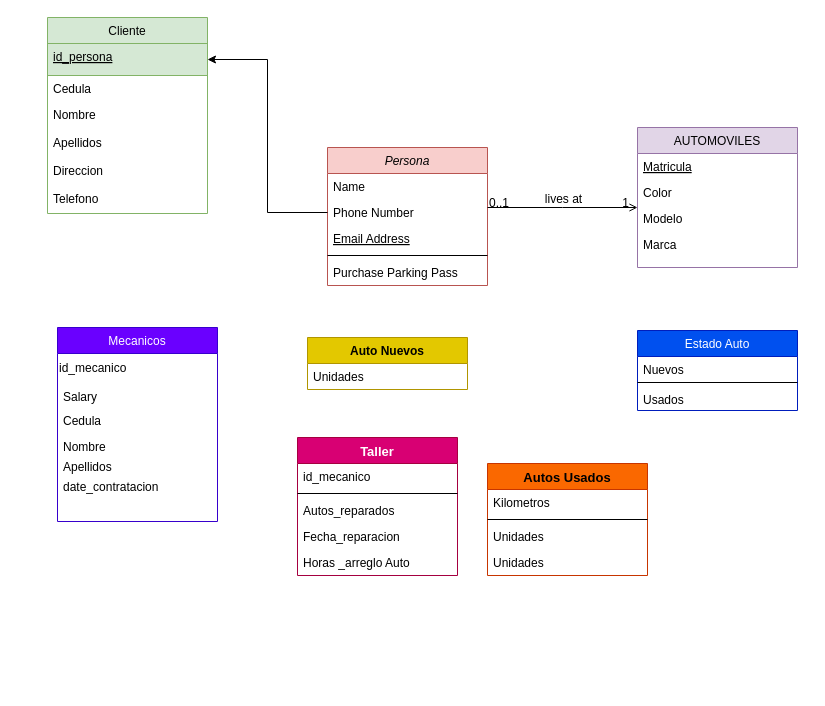
Mateozzzz/Flowcharts-sena- keeps this draw.io diagram as Untitled Diagram.drawio. Above is the earlier version. Source tidied: cells renumbered, new cells numbered last; positions are measured from the earlier drawing's top-left corner, leaving out a move shared by most shapes. Both pictures are drawn from the tidied source at 100%, with x=0, y=0 at pixel (47, 17).
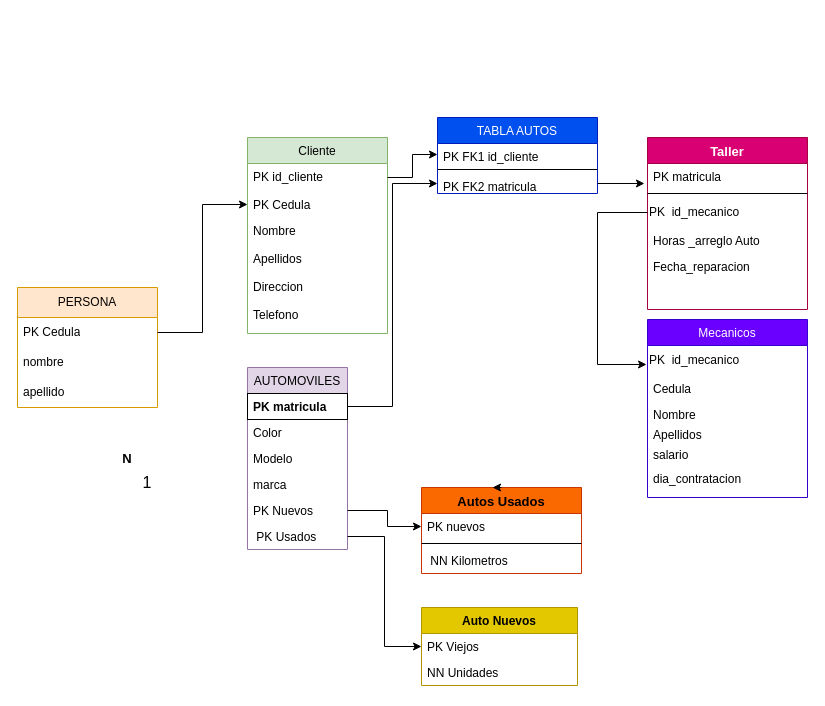
Above is the later version.

The edit, as a diff of the source:
```diff
@@
-    <mxCell id="2" value="Persona " style="swimlane;fontStyle=2;align=center;verticalAlign=top;horizontal=1;startSize=26;rounded=0;shadow=0;strokeWidth=1;fillColor=#f8cecc;strokeColor=#b85450;" parent="1" vertex="1">
-      <mxGeometry x="280" y="130" width="160" height="138" as="geometry" />
-    </mxCell>
-    <mxCell id="3" value="Name" style="text;align=left;verticalAlign=top;spacingLeft=4;spacingRight=4;overflow=hidden;" parent="2" vertex="1">
-      <mxGeometry y="26" width="160" height="26" as="geometry" />
-    </mxCell>
-    <mxCell id="4" value="Phone Number" style="text;align=left;verticalAlign=top;spacingLeft=4;spacingRight=4;overflow=hidden;points=[[0,0.5],[1,0.5]];portConstraint=eastwest;rounded=0;shadow=0;html=0;" parent="2" vertex="1">
-      <mxGeometry y="52" width="160" height="26" as="geometry" />
-    </mxCell>
-    <mxCell id="5" value="Email Address" style="text;align=left;verticalAlign=top;spacingLeft=4;spacingRight=4;overflow=hidden;rounded=0;shadow=0;html=0;fontStyle=4;" parent="2" vertex="1">
-      <mxGeometry y="78" width="160" height="26" as="geometry" />
-    </mxCell>
-    <mxCell id="6" style="line;html=1;strokeWidth=1;align=left;verticalAlign=middle;spacingTop=-1;spacingLeft=3;spacingRight=3;labelPosition=right;" parent="2" vertex="1">
-      <mxGeometry y="104" width="160" height="8" as="geometry" />
-    </mxCell>
-    <mxCell id="7" value="Purchase Parking Pass" style="text;align=left;verticalAlign=top;spacingLeft=4;spacingRight=4;overflow=hidden;" parent="2" vertex="1">
-      <mxGeometry y="112" width="160" height="26" as="geometry" />
-    </mxCell>
     <mxCell id="8" value="Cliente" style="swimlane;fontStyle=0;align=center;verticalAlign=top;horizontal=1;startSize=26;rounded=0;shadow=0;strokeWidth=1;fillColor=#d5e8d4;strokeColor=#82b366;" parent="1" vertex="1">
-      <mxGeometry width="160" height="196" as="geometry" />
+      <mxGeometry x="200" y="120" width="140" height="196" as="geometry" />
     </mxCell>
-    <mxCell id="9" value="id_persona" style="text;align=left;verticalAlign=top;spacingLeft=4;spacingRight=4;overflow=hidden;points=[[0,0.5],[1,0.5]];portConstraint=eastwest;fontStyle=4;fillColor=#d5e8d4;strokeColor=#82b366;" parent="8" vertex="1">
-      <mxGeometry y="26" width="160" height="32" as="geometry" />
-    </mxCell>
+    <mxCell id="49" value="PK id_cliente" style="text;align=left;verticalAlign=top;spacingLeft=4;spacingRight=4;overflow=hidden;points=[[0,0.5],[1,0.5]];portConstraint=eastwest;rounded=0;shadow=0;html=0;" parent="8" vertex="1">
+      <mxGeometry y="26" width="140" height="28" as="geometry" />
+    </mxCell>
-    <mxCell id="10" value="Cedula" style="text;align=left;verticalAlign=top;spacingLeft=4;spacingRight=4;overflow=hidden;points=[[0,0.5],[1,0.5]];portConstraint=eastwest;fontStyle=0;" parent="8" vertex="1">
-      <mxGeometry y="58" width="160" height="26" as="geometry" />
+    <mxCell id="10" value="PK Cedula" style="text;align=left;verticalAlign=top;spacingLeft=4;spacingRight=4;overflow=hidden;points=[[0,0.5],[1,0.5]];portConstraint=eastwest;fontStyle=0;" parent="8" vertex="1">
+      <mxGeometry y="54" width="140" height="26" as="geometry" />
     </mxCell>
     <mxCell id="11" value="Nombre" style="text;align=left;verticalAlign=top;spacingLeft=4;spacingRight=4;overflow=hidden;rounded=0;shadow=0;html=0;" parent="8" vertex="1">
-      <mxGeometry y="84" width="160" height="28" as="geometry" />
+      <mxGeometry y="80" width="140" height="28" as="geometry" />
     </mxCell>
     <mxCell id="12" value="Apellidos" style="text;align=left;verticalAlign=top;spacingLeft=4;spacingRight=4;overflow=hidden;rounded=0;shadow=0;html=0;" parent="8" vertex="1">
-      <mxGeometry y="112" width="160" height="28" as="geometry" />
+      <mxGeometry y="108" width="140" height="28" as="geometry" />
     </mxCell>
     <mxCell id="13" value="Direccion" style="text;align=left;verticalAlign=top;spacingLeft=4;spacingRight=4;overflow=hidden;rounded=0;shadow=0;html=0;" parent="8" vertex="1">
-      <mxGeometry y="140" width="160" height="28" as="geometry" />
+      <mxGeometry y="136" width="140" height="28" as="geometry" />
     </mxCell>
     <mxCell id="14" value="Telefono" style="text;align=left;verticalAlign=top;spacingLeft=4;spacingRight=4;overflow=hidden;rounded=0;shadow=0;html=0;" parent="8" vertex="1">
-      <mxGeometry y="168" width="160" height="28" as="geometry" />
+      <mxGeometry y="164" width="140" height="28" as="geometry" />
     </mxCell>
     <mxCell id="15" value="Mecanicos " style="swimlane;fontStyle=0;align=center;verticalAlign=top;horizontal=1;startSize=26;rounded=0;shadow=0;strokeWidth=1;fillColor=#6a00ff;fontColor=#ffffff;strokeColor=#3700CC;" parent="1" vertex="1">
-      <mxGeometry x="10" y="310" width="160" height="194" as="geometry" />
+      <mxGeometry x="600" y="302" width="160" height="178" as="geometry" />
     </mxCell>
-    <mxCell id="16" value="&lt;div align=&quot;left&quot;&gt;id_mecanico&lt;/div&gt;" style="text;html=1;align=left;verticalAlign=middle;points=[];strokeColor=none;fillColor=none;" parent="15" vertex="1">
-      <mxGeometry y="26" width="160" height="30" as="geometry" />
-    </mxCell>
-    <mxCell id="17" value="Salary" style="text;align=left;verticalAlign=top;spacingLeft=4;spacingRight=4;overflow=hidden;" parent="15" vertex="1">
-      <mxGeometry y="56" width="160" height="24" as="geometry" />
-    </mxCell>
+    <mxCell id="50" value="&lt;div align=&quot;left&quot;&gt;PK &lt;span style=&quot;white-space: pre;&quot;&gt; &lt;/span&gt;id_mecanico&lt;/div&gt;" style="text;html=1;align=left;verticalAlign=middle;points=[];fontStyle=0;" parent="15" vertex="1">
+      <mxGeometry y="26" width="160" height="30" as="geometry" />
+    </mxCell>
     <mxCell id="18" value="Cedula " style="text;align=left;verticalAlign=top;spacingLeft=4;spacingRight=4;overflow=hidden;" parent="15" vertex="1">
-      <mxGeometry y="80" width="160" height="26" as="geometry" />
+      <mxGeometry y="56" width="160" height="26" as="geometry" />
     </mxCell>
     <mxCell id="19" value="Nombre" style="text;align=left;verticalAlign=top;spacingLeft=4;spacingRight=4;overflow=hidden;" parent="15" vertex="1">
-      <mxGeometry y="106" width="160" height="20" as="geometry" />
+      <mxGeometry y="82" width="160" height="20" as="geometry" />
     </mxCell>
     <mxCell id="20" value="Apellidos" style="text;align=left;verticalAlign=top;spacingLeft=4;spacingRight=4;overflow=hidden;" parent="15" vertex="1">
-      <mxGeometry y="126" width="160" height="20" as="geometry" />
+      <mxGeometry y="102" width="160" height="20" as="geometry" />
     </mxCell>
-    <mxCell id="21" value="date_contratacion" style="text;align=left;verticalAlign=top;spacingLeft=4;spacingRight=4;overflow=hidden;" parent="15" vertex="1">
-      <mxGeometry y="146" width="160" height="48" as="geometry" />
-    </mxCell>
+    <mxCell id="17" value="salario" style="text;align=left;verticalAlign=top;spacingLeft=4;spacingRight=4;overflow=hidden;" parent="15" vertex="1">
+      <mxGeometry y="122" width="160" height="24" as="geometry" />
+    </mxCell>
+    <mxCell id="51" value="dia_contratacion" style="text;align=left;verticalAlign=top;spacingLeft=4;spacingRight=4;overflow=hidden;" parent="15" vertex="1">
+      <mxGeometry y="146" width="160" height="32" as="geometry" />
+    </mxCell>
     <mxCell id="22" value="AUTOMOVILES" style="swimlane;fontStyle=0;align=center;verticalAlign=top;horizontal=1;startSize=26;rounded=0;shadow=0;strokeWidth=1;fillColor=#e1d5e7;strokeColor=#9673a6;" parent="1" vertex="1">
-      <mxGeometry x="590" y="110" width="160" height="140" as="geometry" />
+      <mxGeometry x="200" y="350" width="100" height="182" as="geometry" />
     </mxCell>
-    <mxCell id="23" value="Matricula" style="text;align=left;verticalAlign=top;spacingLeft=4;spacingRight=4;overflow=hidden;fontStyle=4;" parent="22" vertex="1">
-      <mxGeometry y="26" width="160" height="26" as="geometry" />
-    </mxCell>
+    <mxCell id="26" value="PK matricula" style="text;align=left;verticalAlign=middle;spacingLeft=4;spacingRight=4;overflow=hidden;points=[[0,0.5],[1,0.5]];portConstraint=eastwest;rounded=0;shadow=0;html=0;strokeColor=default;fontStyle=1;" parent="22" vertex="1">
+      <mxGeometry y="26" width="100" height="26" as="geometry" />
+    </mxCell>
     <mxCell id="24" value="Color" style="text;align=left;verticalAlign=top;spacingLeft=4;spacingRight=4;overflow=hidden;rounded=0;shadow=0;html=0;" parent="22" vertex="1">
-      <mxGeometry y="52" width="160" height="26" as="geometry" />
+      <mxGeometry y="52" width="100" height="26" as="geometry" />
     </mxCell>
     <mxCell id="25" value="Modelo" style="text;align=left;verticalAlign=top;spacingLeft=4;spacingRight=4;overflow=hidden;rounded=0;shadow=0;html=0;" parent="22" vertex="1">
-      <mxGeometry y="78" width="160" height="26" as="geometry" />
+      <mxGeometry y="78" width="100" height="26" as="geometry" />
     </mxCell>
-    <mxCell id="26" value="Marca" style="text;align=left;verticalAlign=top;spacingLeft=4;spacingRight=4;overflow=hidden;points=[[0,0.5],[1,0.5]];portConstraint=eastwest;rounded=0;shadow=0;html=0;" parent="22" vertex="1">
-      <mxGeometry y="104" width="160" height="26" as="geometry" />
-    </mxCell>
-    <mxCell id="27" style="endArrow=open;shadow=0;strokeWidth=1;rounded=0;endFill=1;edgeStyle=elbowEdgeStyle;elbow=vertical;" parent="1" edge="1" source="2" target="22">
-      <mxGeometry x="0.5" y="41" relative="1" as="geometry">
-        <mxPoint x="-40" y="32" as="offset" />
-      </mxGeometry>
-    </mxCell>
-    <mxCell id="28" value="0..1" style="align=left;verticalAlign=bottom;labelBackgroundColor=none;fontSize=12;" parent="27" vertex="1">
-      <mxGeometry x="-1" relative="1" as="geometry">
-        <mxPoint y="4" as="offset" />
-      </mxGeometry>
-    </mxCell>
-    <mxCell id="29" value="1" style="align=right;verticalAlign=bottom;labelBackgroundColor=none;fontSize=12;" parent="27" vertex="1">
-      <mxGeometry x="1" relative="1" as="geometry">
-        <mxPoint x="-7" y="4" as="offset" />
-      </mxGeometry>
-    </mxCell>
-    <mxCell id="30" value="lives at" style="text;html=1;align=center;verticalAlign=middle;labelBackgroundColor=none;rounded=0;shadow=0;strokeWidth=1;fontSize=12;" parent="27" vertex="1">
-      <mxGeometry x="0.5" y="49" relative="1" as="geometry">
-        <mxPoint x="-38" y="40" as="offset" />
-      </mxGeometry>
-    </mxCell>
+    <mxCell id="23" value="marca" style="text;align=left;verticalAlign=top;spacingLeft=4;spacingRight=4;overflow=hidden;fontStyle=0;" parent="22" vertex="1">
+      <mxGeometry y="104" width="100" height="26" as="geometry" />
+    </mxCell>
+    <mxCell id="52" value="PK Nuevos" style="text;align=left;verticalAlign=top;spacingLeft=4;spacingRight=4;overflow=hidden;points=[[0,0.5],[1,0.5]];portConstraint=eastwest;fontStyle=0;" parent="22" vertex="1">
+      <mxGeometry y="130" width="100" height="26" as="geometry" />
+    </mxCell>
+    <mxCell id="53" value=" PK Usados" style="text;align=left;verticalAlign=top;spacingLeft=4;spacingRight=4;overflow=hidden;points=[[0,0.5],[1,0.5]];portConstraint=eastwest;fontStyle=0;" parent="22" vertex="1">
+      <mxGeometry y="156" width="100" height="26" as="geometry" />
+    </mxCell>
     <mxCell id="31" value="Autos Usados" style="swimlane;fontStyle=1;align=center;verticalAlign=top;horizontal=1;startSize=26;rounded=0;shadow=0;strokeWidth=1;fontSize=13;fillColor=#fa6800;fontColor=#000000;strokeColor=#C73500;" parent="1" vertex="1">
-      <mxGeometry x="440" y="446" width="160" height="112" as="geometry" />
+      <mxGeometry x="374" y="470" width="160" height="86" as="geometry" />
     </mxCell>
+    <mxCell id="54" value="PK nuevos" style="text;align=left;verticalAlign=top;spacingLeft=4;spacingRight=4;overflow=hidden;points=[[0,0.5],[1,0.5]];portConstraint=eastwest;" parent="31" vertex="1">
+      <mxGeometry y="26" width="160" height="26" as="geometry" />
+    </mxCell>
+    <mxCell id="33" style="line;html=1;strokeWidth=1;align=left;verticalAlign=middle;spacingTop=-1;spacingLeft=3;spacingRight=3;labelPosition=right;" parent="31" vertex="1">
+      <mxGeometry y="52" width="160" height="8" as="geometry" />
+    </mxCell>
-    <mxCell id="32" value="Kilometros " style="text;align=left;verticalAlign=top;spacingLeft=4;spacingRight=4;overflow=hidden;" parent="31" vertex="1">
-      <mxGeometry y="26" width="160" height="26" as="geometry" />
+    <mxCell id="32" value=" NN Kilometros " style="text;align=left;verticalAlign=top;spacingLeft=4;spacingRight=4;overflow=hidden;" parent="31" vertex="1">
+      <mxGeometry y="60" width="160" height="26" as="geometry" />
     </mxCell>
-    <mxCell id="33" style="line;html=1;strokeWidth=1;align=left;verticalAlign=middle;spacingTop=-1;spacingLeft=3;spacingRight=3;labelPosition=right;" parent="31" vertex="1">
-      <mxGeometry y="52" width="160" height="8" as="geometry" />
-    </mxCell>
-    <mxCell id="34" value="Unidades" style="text;align=left;verticalAlign=top;spacingLeft=4;spacingRight=4;overflow=hidden;" parent="31" vertex="1">
-      <mxGeometry y="60" width="160" height="26" as="geometry" />
-    </mxCell>
-    <mxCell id="35" value="Unidades" style="text;align=left;verticalAlign=top;spacingLeft=4;spacingRight=4;overflow=hidden;" parent="31" vertex="1">
-      <mxGeometry y="86" width="160" height="26" as="geometry" />
-    </mxCell>
-    <mxCell id="36" value="Estado Auto" style="swimlane;fontStyle=0;align=center;verticalAlign=top;horizontal=1;startSize=26;rounded=0;shadow=0;strokeWidth=1;fillColor=#0050ef;fontColor=#ffffff;strokeColor=#001DBC;" parent="1" vertex="1">
-      <mxGeometry x="590" y="313" width="160" height="80" as="geometry" />
-    </mxCell>
-    <mxCell id="37" value="Nuevos " style="text;align=left;verticalAlign=top;spacingLeft=4;spacingRight=4;overflow=hidden;" parent="36" vertex="1">
-      <mxGeometry y="26" width="160" height="22" as="geometry" />
-    </mxCell>
-    <mxCell id="38" style="line;html=1;strokeWidth=1;align=left;verticalAlign=middle;spacingTop=-1;spacingLeft=3;spacingRight=3;labelPosition=right;" parent="36" vertex="1">
-      <mxGeometry y="48" width="160" height="8" as="geometry" />
-    </mxCell>
-    <mxCell id="39" value="Usados " style="text;align=left;verticalAlign=top;spacingLeft=4;spacingRight=4;overflow=hidden;" parent="36" vertex="1">
-      <mxGeometry y="56" width="160" height="20" as="geometry" />
-    </mxCell>
-    <mxCell id="40" style="edgeStyle=orthogonalEdgeStyle;rounded=0;jettySize=auto;html=1;" parent="1" edge="1" source="4" target="9">
-      <mxGeometry relative="1" as="geometry" />
-    </mxCell>
     <mxCell id="41" value="Auto Nuevos " style="swimlane;fontStyle=1;align=center;verticalAlign=top;horizontal=1;startSize=26;rounded=0;shadow=0;strokeWidth=1;fillColor=#e3c800;fontColor=#000000;strokeColor=#B09500;" parent="1" vertex="1">
-      <mxGeometry x="260" y="320" width="160" height="52" as="geometry" />
+      <mxGeometry x="374" y="590" width="156" height="78" as="geometry" />
     </mxCell>
-    <mxCell id="42" value="Unidades" style="text;align=left;verticalAlign=top;spacingLeft=4;spacingRight=4;overflow=hidden;points=[[0,0.5],[1,0.5]];portConstraint=eastwest;" parent="41" vertex="1">
-      <mxGeometry y="26" width="160" height="26" as="geometry" />
+    <mxCell id="42" value="PK Viejos" style="text;align=left;verticalAlign=top;spacingLeft=4;spacingRight=4;overflow=hidden;points=[[0,0.5],[1,0.5]];portConstraint=eastwest;" parent="41" vertex="1">
+      <mxGeometry y="26" width="156" height="26" as="geometry" />
     </mxCell>
+    <mxCell id="55" value="NN Unidades" style="text;align=left;verticalAlign=top;spacingLeft=4;spacingRight=4;overflow=hidden;" parent="41" vertex="1">
+      <mxGeometry y="52" width="156" height="26" as="geometry" />
+    </mxCell>
     <mxCell id="43" value="Taller " style="swimlane;fontStyle=1;align=center;verticalAlign=top;horizontal=1;startSize=26;rounded=0;shadow=0;strokeWidth=1;fontSize=13;fillColor=#d80073;fontColor=#ffffff;strokeColor=#A50040;" parent="1" vertex="1">
-      <mxGeometry x="250" y="420" width="160" height="138" as="geometry" />
+      <mxGeometry x="600" y="120" width="160" height="172" as="geometry" />
     </mxCell>
-    <mxCell id="44" value="id_mecanico" style="text;align=left;verticalAlign=top;spacingLeft=4;spacingRight=4;overflow=hidden;" parent="43" vertex="1">
-      <mxGeometry y="26" width="160" height="26" as="geometry" />
-    </mxCell>
+    <mxCell id="56" value="PK matricula" style="text;align=left;verticalAlign=top;spacingLeft=4;spacingRight=4;overflow=hidden;points=[[0,0.5],[1,0.5]];portConstraint=eastwest;" parent="43" vertex="1">
+      <mxGeometry y="26" width="160" height="26" as="geometry" />
+    </mxCell>
@@
-    <mxCell id="46" value="Autos_reparados" style="text;align=left;verticalAlign=top;spacingLeft=4;spacingRight=4;overflow=hidden;" parent="43" vertex="1">
-      <mxGeometry y="60" width="160" height="26" as="geometry" />
-    </mxCell>
+    <mxCell id="16" value="&lt;div align=&quot;left&quot;&gt;PK &lt;span style=&quot;white-space: pre;&quot;&gt; &lt;/span&gt;id_mecanico&lt;/div&gt;" style="text;html=1;align=left;verticalAlign=middle;points=[];fontStyle=0;" parent="43" vertex="1">
+      <mxGeometry y="60" width="160" height="30" as="geometry" />
+    </mxCell>
+    <mxCell id="48" value="Horas _arreglo Auto" style="text;align=left;verticalAlign=top;spacingLeft=4;spacingRight=4;overflow=hidden;" parent="43" vertex="1">
+      <mxGeometry y="90" width="160" height="26" as="geometry" />
+    </mxCell>
     <mxCell id="47" value="Fecha_reparacion" style="text;align=left;verticalAlign=top;spacingLeft=4;spacingRight=4;overflow=hidden;" parent="43" vertex="1">
-      <mxGeometry y="86" width="160" height="26" as="geometry" />
+      <mxGeometry y="116" width="160" height="26" as="geometry" />
     </mxCell>
-    <mxCell id="48" value="Horas _arreglo Auto" style="text;align=left;verticalAlign=top;spacingLeft=4;spacingRight=4;overflow=hidden;" parent="43" vertex="1">
-      <mxGeometry y="112" width="160" height="26" as="geometry" />
-    </mxCell>
+    <mxCell id="29" value="&lt;font style=&quot;font-size: 16px;&quot;&gt;1&lt;/font&gt;" style="text;html=1;strokeColor=none;fillColor=none;align=center;verticalAlign=middle;whiteSpace=wrap;rounded=0;" parent="1" vertex="1">
+      <mxGeometry x="70" y="450" width="60" height="30" as="geometry" />
+    </mxCell>
+    <mxCell id="57" value="&lt;b&gt;&lt;font style=&quot;font-size: 13px;&quot;&gt;N&lt;/font&gt;&lt;/b&gt;" style="text;html=1;strokeColor=none;fillColor=none;align=center;verticalAlign=middle;whiteSpace=wrap;rounded=0;" parent="1" vertex="1">
+      <mxGeometry x="50" y="426" width="60" height="30" as="geometry" />
+    </mxCell>
+    <mxCell id="58" value="TABLA AUTOS" style="swimlane;fontStyle=0;align=center;verticalAlign=top;horizontal=1;startSize=26;rounded=0;shadow=0;strokeWidth=1;fillColor=#0050ef;fontColor=#ffffff;strokeColor=#001DBC;" parent="1" vertex="1">
+      <mxGeometry x="390" y="100" width="160" height="76" as="geometry" />
+    </mxCell>
+    <mxCell id="59" value="PK FK1 id_cliente" style="text;align=left;verticalAlign=top;spacingLeft=4;spacingRight=4;overflow=hidden;points=[[0,0.5],[1,0.5]];portConstraint=eastwest;" parent="58" vertex="1">
+      <mxGeometry y="26" width="160" height="22" as="geometry" />
+    </mxCell>
+    <mxCell id="38" style="line;html=1;strokeWidth=1;align=left;verticalAlign=middle;spacingTop=-1;spacingLeft=3;spacingRight=3;labelPosition=right;" parent="58" vertex="1">
+      <mxGeometry y="48" width="160" height="8" as="geometry" />
+    </mxCell>
+    <mxCell id="60" value="PK FK2 matricula" style="text;align=left;verticalAlign=top;spacingLeft=4;spacingRight=4;overflow=hidden;points=[[0,0.5],[1,0.5]];portConstraint=eastwest;labelBorderColor=none;" parent="58" vertex="1">
+      <mxGeometry y="56" width="160" height="20" as="geometry" />
+    </mxCell>
+    <mxCell id="61" style="edgeStyle=orthogonalEdgeStyle;rounded=0;orthogonalLoop=1;jettySize=auto;html=1;exitX=0.5;exitY=0;exitDx=0;exitDy=0;entryX=0.444;entryY=0;entryDx=0;entryDy=0;entryPerimeter=0;" parent="1" edge="1" source="31" target="31">
+      <mxGeometry relative="1" as="geometry" />
+    </mxCell>
+    <mxCell id="62" value="PERSONA" style="swimlane;fontStyle=0;horizontal=1;startSize=30;whiteSpace=wrap;html=1;fillColor=#ffe6cc;strokeColor=#d79b00;" parent="1" vertex="1">
+      <mxGeometry x="-30" y="270" width="140" height="120" as="geometry" />
+    </mxCell>
+    <mxCell id="63" value="PK Cedula" style="text;strokeColor=none;fillColor=none;align=left;verticalAlign=middle;spacingLeft=4;spacingRight=4;overflow=hidden;points=[[0,0.5],[1,0.5]];portConstraint=eastwest;whiteSpace=wrap;html=1;" parent="62" vertex="1">
+      <mxGeometry y="30" width="140" height="30" as="geometry" />
+    </mxCell>
+    <mxCell id="64" value="nombre " style="text;strokeColor=none;fillColor=none;align=left;verticalAlign=middle;spacingLeft=4;spacingRight=4;overflow=hidden;whiteSpace=wrap;html=1;" parent="62" vertex="1">
+      <mxGeometry y="60" width="140" height="30" as="geometry" />
+    </mxCell>
+    <mxCell id="65" value="apellido" style="text;strokeColor=none;fillColor=none;align=left;verticalAlign=middle;spacingLeft=4;spacingRight=4;overflow=hidden;whiteSpace=wrap;html=1;" parent="62" vertex="1">
+      <mxGeometry y="90" width="140" height="30" as="geometry" />
+    </mxCell>
+    <mxCell id="66" style="edgeStyle=orthogonalEdgeStyle;rounded=0;jettySize=auto;html=1;entryX=0;entryY=0.5;entryDx=0;entryDy=0;exitX=1;exitY=0.5;exitDx=0;exitDy=0;" parent="1" edge="1" source="63" target="10">
+      <mxGeometry relative="1" as="geometry" />
+    </mxCell>
+    <mxCell id="67" style="edgeStyle=orthogonalEdgeStyle;rounded=0;jettySize=auto;html=1;entryX=0;entryY=0.5;entryDx=0;entryDy=0;" parent="1" edge="1" source="26" target="60">
+      <mxGeometry relative="1" as="geometry" />
+    </mxCell>
+    <mxCell id="68" style="edgeStyle=orthogonalEdgeStyle;rounded=0;jettySize=auto;html=1;entryX=0;entryY=0.5;entryDx=0;entryDy=0;" parent="1" edge="1" source="52" target="54">
+      <mxGeometry relative="1" as="geometry">
+        <Array as="points">
+          <mxPoint x="340" y="493" />
+          <mxPoint x="340" y="509" />
+        </Array>
+      </mxGeometry>
+    </mxCell>
+    <mxCell id="69" style="edgeStyle=orthogonalEdgeStyle;rounded=0;jettySize=auto;html=1;entryX=0;entryY=0.5;entryDx=0;entryDy=0;" parent="1" edge="1" source="53" target="42">
+      <mxGeometry relative="1" as="geometry" />
+    </mxCell>
+    <mxCell id="70" style="edgeStyle=orthogonalEdgeStyle;rounded=0;jettySize=auto;html=1;entryX=0;entryY=0.5;entryDx=0;entryDy=0;" parent="1" edge="1" source="49" target="59">
+      <mxGeometry relative="1" as="geometry" />
+    </mxCell>
+    <mxCell id="71" style="edgeStyle=orthogonalEdgeStyle;rounded=0;jettySize=auto;html=1;entryX=-0.019;entryY=0.769;entryDx=0;entryDy=0;entryPerimeter=0;" parent="1" edge="1" source="60" target="56">
+      <mxGeometry relative="1" as="geometry" />
+    </mxCell>
+    <mxCell id="72" style="edgeStyle=orthogonalEdgeStyle;rounded=0;jettySize=auto;html=1;entryX=-0.006;entryY=0.633;entryDx=0;entryDy=0;entryPerimeter=0;" parent="1" edge="1" source="16" target="50">
+      <mxGeometry relative="1" as="geometry">
+        <Array as="points">
+          <mxPoint x="550" y="195" />
+          <mxPoint x="550" y="347" />
+        </Array>
+      </mxGeometry>
+    </mxCell>
```
